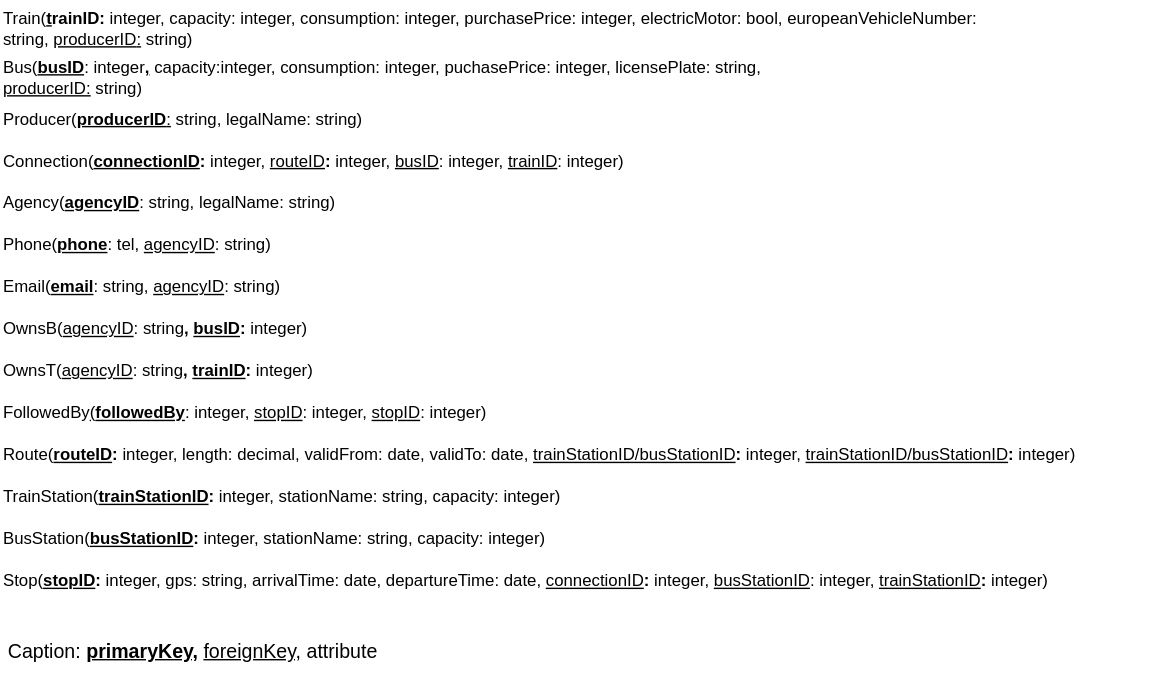
Above: 4/model/relational.svg in zhukovdm/T1G4 (draw.io), before the change. Source tidied: cells renumbered, new cells last; positions are measured from the earlier drawing's top-left corner, leaving out a move shared by most shapes.
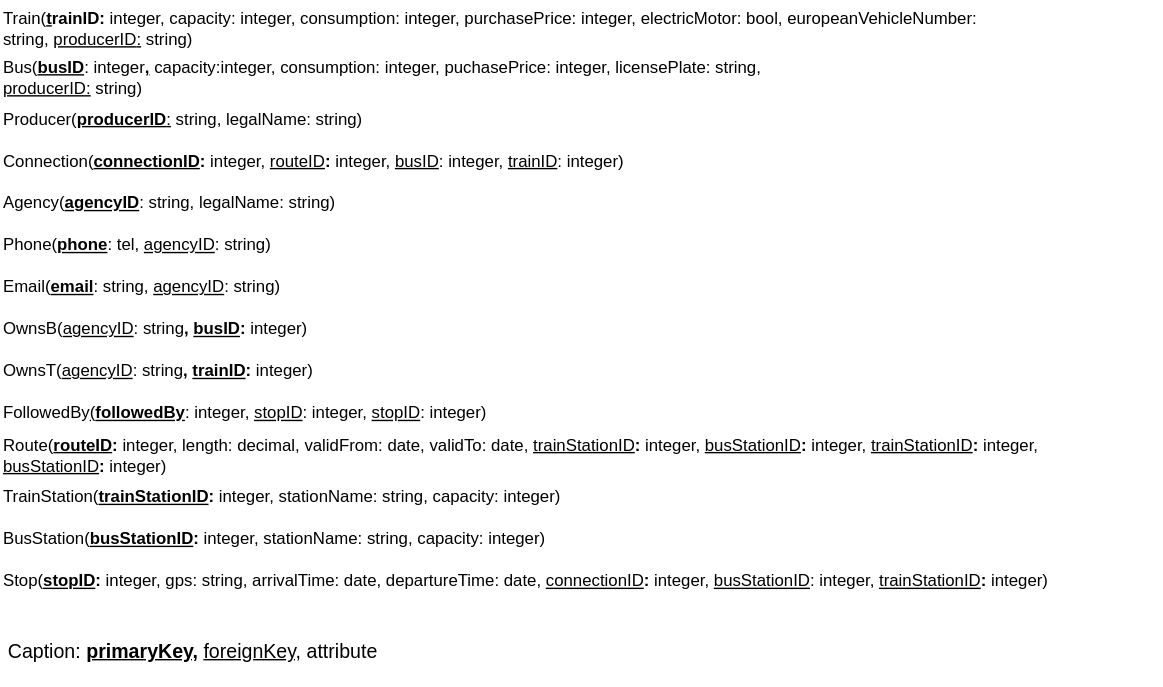
After the change.

Commit message:
fixing stop table

Diff of the diagram source:
```diff
@@ -34,7 +34,7 @@
     <mxCell id="11" value="Stop(&lt;b&gt;&lt;u&gt;stopID&lt;/u&gt;&lt;/b&gt;&lt;b&gt;:&lt;/b&gt;&amp;nbsp;integer, gps: string, arrivalTime: date, departureTime: date, &lt;u&gt;connectionID&lt;/u&gt;&lt;b&gt;:&lt;/b&gt;&amp;nbsp;integer, &lt;u&gt;busStationID&lt;/u&gt;:&amp;nbsp;integer,&amp;nbsp;&lt;u&gt;trainStationID&lt;/u&gt;&lt;b&gt;:&lt;/b&gt;&amp;nbsp;integer)" style="text;html=1;strokeColor=none;fillColor=none;align=left;verticalAlign=middle;whiteSpace=wrap;rounded=0;" parent="1" vertex="1">
       <mxGeometry y="400" width="830" height="30" as="geometry" />
     </mxCell>
-    <mxCell id="12" value="Route(&lt;b&gt;&lt;u&gt;routeID&lt;/u&gt;&lt;/b&gt;&lt;b&gt;:&lt;/b&gt;&amp;nbsp;integer,&amp;nbsp;length: decimal, validFrom: date, validTo: date, &lt;u&gt;trainStationID/busStationID&lt;/u&gt;&lt;b&gt;:&lt;/b&gt;&amp;nbsp;integer, &lt;u&gt;trainStationID/busStationID&lt;/u&gt;&lt;b&gt;:&lt;/b&gt;&amp;nbsp;integer)" style="text;html=1;strokeColor=none;fillColor=none;align=left;verticalAlign=middle;whiteSpace=wrap;rounded=0;" parent="1" vertex="1">
+    <mxCell id="12" value="Route(&lt;b&gt;&lt;u&gt;routeID&lt;/u&gt;&lt;/b&gt;&lt;b&gt;:&lt;/b&gt;&amp;nbsp;integer,&amp;nbsp;length: decimal, validFrom: date, validTo: date, &lt;u&gt;trainStationID&lt;/u&gt;&lt;b&gt;:&lt;/b&gt;&amp;nbsp;integer,&amp;nbsp;&lt;u&gt;busStationID&lt;/u&gt;&lt;b&gt;:&lt;/b&gt;&amp;nbsp;integer, &lt;u&gt;trainStationID&lt;/u&gt;&lt;b&gt;:&lt;/b&gt;&amp;nbsp;integer,&amp;nbsp;&lt;u&gt;&lt;br&gt;busStationID&lt;/u&gt;&lt;b&gt;:&lt;/b&gt;&amp;nbsp;integer)" style="text;html=1;strokeColor=none;fillColor=none;align=left;verticalAlign=middle;whiteSpace=wrap;rounded=0;" parent="1" vertex="1">
       <mxGeometry y="310" width="770" height="30" as="geometry" />
     </mxCell>
     <mxCell id="13" style="edgeStyle=none;html=1;" parent="1" edge="1" source="14" target="12">
```
